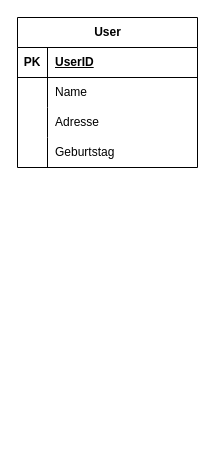
The draw.io diagram Untitled Diagram.drawio in AirFoxer/QuizNEW, before the edit. Source tidied: cells renumbered, new cells numbered last; positions are measured from the earlier drawing's top-left corner, leaving out a move shared by most shapes. Both pictures are drawn from the tidied source at 100%, with x=0, y=0 at pixel (17, 17).
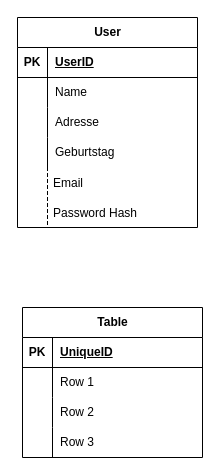
After the change.

Change to the diagram source:
```diff
@@
     <mxCell id="2" value="User" style="shape=table;startSize=30;childLayout=tableLayout;rowLines=0;fontStyle=1;align=center;html=1;" parent="1" vertex="1">
-      <mxGeometry width="180" height="150" as="geometry" />
+      <mxGeometry width="180" height="210" as="geometry" />
     </mxCell>
@@
+    <mxCell id="15" value="Table" style="shape=table;startSize=30;childLayout=tableLayout;rowLines=0;fontStyle=1;align=center;html=1;" parent="1" vertex="1">
+      <mxGeometry x="5" y="290" width="180" height="150" as="geometry" />
+    </mxCell>
+    <mxCell id="16" style="shape=tableRow;horizontal=0;startSize=0;swimlaneHead=0;swimlaneBody=0;fillColor=none;top=0;left=0;right=0;bottom=1;" parent="15" vertex="1">
+      <mxGeometry y="30" width="180" height="30" as="geometry" />
+    </mxCell>
+    <mxCell id="17" value="PK" style="shape=partialRectangle;fillColor=none;top=0;left=0;bottom=0;right=0;fontStyle=1;overflow=hidden;whiteSpace=wrap;html=1;" parent="16" vertex="1">
+      <mxGeometry width="30" height="30" as="geometry" />
+    </mxCell>
+    <mxCell id="18" value="UniqueID" style="shape=partialRectangle;fillColor=none;top=0;left=0;bottom=0;right=0;align=left;spacingLeft=6;fontStyle=5;overflow=hidden;whiteSpace=wrap;html=1;" parent="16" vertex="1">
+      <mxGeometry x="30" width="150" height="30" as="geometry" />
+    </mxCell>
+    <mxCell id="19" style="shape=tableRow;horizontal=0;startSize=0;swimlaneHead=0;swimlaneBody=0;fillColor=none;top=0;left=0;right=0;bottom=0;" parent="15" vertex="1">
+      <mxGeometry y="60" width="180" height="30" as="geometry" />
+    </mxCell>
+    <mxCell id="20" style="shape=partialRectangle;fillColor=none;top=0;left=0;bottom=0;right=0;overflow=hidden;whiteSpace=wrap;html=1;" parent="19" vertex="1">
+      <mxGeometry width="30" height="30" as="geometry" />
+    </mxCell>
+    <mxCell id="21" value="Row 1" style="shape=partialRectangle;fillColor=none;top=0;left=0;bottom=0;right=0;align=left;spacingLeft=6;overflow=hidden;whiteSpace=wrap;html=1;" parent="19" vertex="1">
+      <mxGeometry x="30" width="150" height="30" as="geometry" />
+    </mxCell>
+    <mxCell id="22" style="shape=tableRow;horizontal=0;startSize=0;swimlaneHead=0;swimlaneBody=0;fillColor=none;top=0;left=0;right=0;bottom=0;" parent="15" vertex="1">
+      <mxGeometry y="90" width="180" height="30" as="geometry" />
+    </mxCell>
+    <mxCell id="23" style="shape=partialRectangle;fillColor=none;top=0;left=0;bottom=0;right=0;overflow=hidden;whiteSpace=wrap;html=1;" parent="22" vertex="1">
+      <mxGeometry width="30" height="30" as="geometry" />
+    </mxCell>
+    <mxCell id="24" value="Row 2" style="shape=partialRectangle;fillColor=none;top=0;left=0;bottom=0;right=0;align=left;spacingLeft=6;overflow=hidden;whiteSpace=wrap;html=1;" parent="22" vertex="1">
+      <mxGeometry x="30" width="150" height="30" as="geometry" />
+    </mxCell>
+    <mxCell id="25" style="shape=tableRow;horizontal=0;startSize=0;swimlaneHead=0;swimlaneBody=0;fillColor=none;top=0;left=0;right=0;bottom=0;" parent="15" vertex="1">
+      <mxGeometry y="120" width="180" height="30" as="geometry" />
+    </mxCell>
+    <mxCell id="26" style="shape=partialRectangle;fillColor=none;top=0;left=0;bottom=0;right=0;overflow=hidden;whiteSpace=wrap;html=1;" parent="25" vertex="1">
+      <mxGeometry width="30" height="30" as="geometry" />
+    </mxCell>
+    <mxCell id="27" value="Row 3" style="shape=partialRectangle;fillColor=none;top=0;left=0;bottom=0;right=0;align=left;spacingLeft=6;overflow=hidden;whiteSpace=wrap;html=1;" parent="25" vertex="1">
+      <mxGeometry x="30" width="150" height="30" as="geometry" />
+    </mxCell>
+    <mxCell id="28" value="Email" style="shape=partialRectangle;fillColor=none;align=left;verticalAlign=middle;strokeColor=none;spacingLeft=34;" parent="1" vertex="1">
+      <mxGeometry y="150" width="90" height="30" as="geometry" />
+    </mxCell>
+    <mxCell id="29" style="shape=partialRectangle;top=0;left=0;bottom=0;fillColor=none;stokeWidth=1;dashed=1;align=left;verticalAlign=middle;spacingLeft=4;spacingRight=4;overflow=hidden;" parent="28" vertex="1">
+      <mxGeometry width="30" height="30" as="geometry" />
+    </mxCell>
+    <mxCell id="30" value="Password Hash" style="shape=partialRectangle;fillColor=none;align=left;verticalAlign=middle;strokeColor=none;spacingLeft=34;" parent="1" vertex="1">
+      <mxGeometry y="180" width="90" height="30" as="geometry" />
+    </mxCell>
+    <mxCell id="31" style="shape=partialRectangle;top=0;left=0;bottom=0;fillColor=none;stokeWidth=1;dashed=1;align=left;verticalAlign=middle;spacingLeft=4;spacingRight=4;overflow=hidden;" parent="30" vertex="1">
+      <mxGeometry width="30" height="30" as="geometry" />
+    </mxCell>
```
